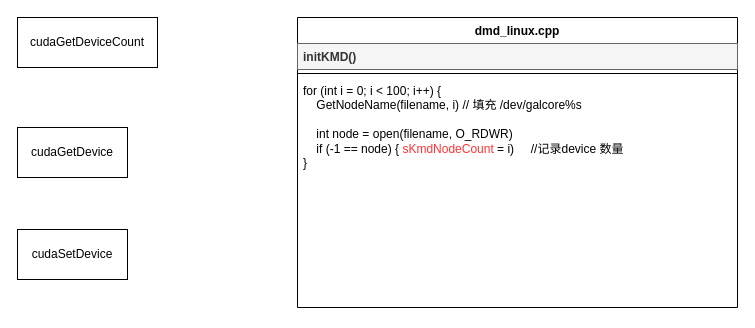
Above: device_count.drawio in evolution124/mydiagram (draw.io), before the change. Source tidied: cells renumbered, new cells numbered last; positions are measured from the earlier drawing's top-left corner, leaving out a move shared by most shapes. Both pictures are drawn from the tidied source at 100%, with x=0, y=0 at pixel (17, 17).
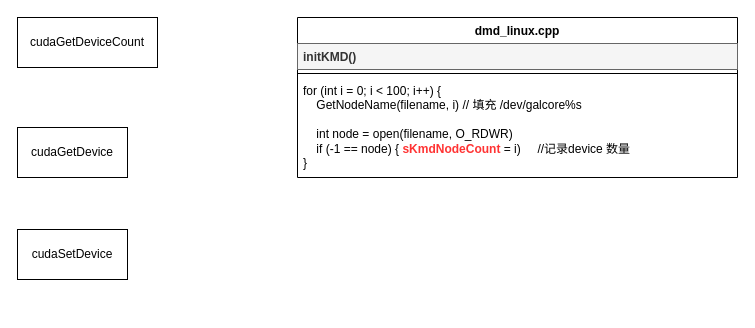
The same diagram, later.

Change to the diagram source:
```diff
@@
 <mxGraphModel>
   <root>
     <mxCell id="0" />
     <mxCell id="1" parent="0" />
     <mxCell id="2" value="dmd_linux.cpp" style="swimlane;fontStyle=1;align=center;verticalAlign=top;horizontal=1;startSize=26;whiteSpace=wrap;html=1;" parent="1" vertex="1">
-      <mxGeometry x="280" width="440" height="290" as="geometry" />
+      <mxGeometry x="280" width="440" height="160" as="geometry" />
     </mxCell>
     <mxCell id="3" value="&lt;b&gt;initKMD()&lt;/b&gt;" style="text;strokeColor=#666666;fillColor=#f5f5f5;align=left;verticalAlign=top;spacingLeft=4;spacingRight=4;overflow=hidden;whiteSpace=wrap;html=1;fontColor=#333333;" parent="2" vertex="1">
       <mxGeometry y="26" width="440" height="26" as="geometry" />
     </mxCell>
     <mxCell id="4" style="line;strokeWidth=1;fillColor=none;align=left;verticalAlign=middle;spacingTop=-1;spacingLeft=3;spacingRight=3;labelPosition=right;strokeColor=inherit;" parent="2" vertex="1">
       <mxGeometry y="52" width="440" height="8" as="geometry" />
     </mxCell>
-    <mxCell id="5" value="for (int i = 0; i &amp;lt; 100; i++) {&lt;div&gt;&amp;nbsp; &amp;nbsp; GetNodeName(filename, i) // 填充 /dev/galcore%s&lt;/div&gt;&lt;div&gt;&lt;br&gt;&lt;/div&gt;&lt;div&gt;&amp;nbsp; &amp;nbsp; int node = open(filename, O_RDWR)&lt;/div&gt;&lt;div&gt;&amp;nbsp; &amp;nbsp; if (-1 == node) { &lt;font color=&quot;#ff3333&quot;&gt;sKmdNodeCount &lt;/font&gt;= i)&amp;nbsp; &amp;nbsp; &amp;nbsp;//记录device 数量&lt;/div&gt;&lt;div&gt;}&lt;/div&gt;&lt;div&gt;&lt;br&gt;&lt;/div&gt;&lt;div&gt;&lt;br&gt;&lt;/div&gt;" style="text;strokeColor=none;fillColor=none;align=left;verticalAlign=top;spacingLeft=4;spacingRight=4;overflow=hidden;whiteSpace=wrap;html=1;" parent="2" vertex="1">
-      <mxGeometry y="60" width="440" height="230" as="geometry" />
+    <mxCell id="5" value="for (int i = 0; i &amp;lt; 100; i++) {&lt;div&gt;&amp;nbsp; &amp;nbsp; GetNodeName(filename, i) // 填充 /dev/galcore%s&lt;/div&gt;&lt;div&gt;&lt;br&gt;&lt;/div&gt;&lt;div&gt;&amp;nbsp; &amp;nbsp; int node = open(filename, O_RDWR)&lt;/div&gt;&lt;div&gt;&amp;nbsp; &amp;nbsp; if (-1 == node) { &lt;font color=&quot;#ff3333&quot;&gt;&lt;b&gt;sKmdNodeCount &lt;/b&gt;&lt;/font&gt;= i)&amp;nbsp; &amp;nbsp; &amp;nbsp;//记录device 数量&lt;/div&gt;&lt;div&gt;}&lt;/div&gt;&lt;div&gt;&lt;br&gt;&lt;/div&gt;&lt;div&gt;&lt;br&gt;&lt;/div&gt;" style="text;strokeColor=none;fillColor=none;align=left;verticalAlign=top;spacingLeft=4;spacingRight=4;overflow=hidden;whiteSpace=wrap;html=1;" parent="2" vertex="1">
+      <mxGeometry y="60" width="440" height="100" as="geometry" />
     </mxCell>
     <mxCell id="6" value="cudaGetDevice" style="html=1;whiteSpace=wrap;" parent="1" vertex="1">
       <mxGeometry y="110" width="110" height="50" as="geometry" />
     </mxCell>
     <mxCell id="7" value="cudaSetDevice" style="html=1;whiteSpace=wrap;" parent="1" vertex="1">
       <mxGeometry y="212" width="110" height="50" as="geometry" />
     </mxCell>
     <mxCell id="8" value="cudaGetDeviceCount" style="html=1;whiteSpace=wrap;" parent="1" vertex="1">
       <mxGeometry width="140" height="50" as="geometry" />
     </mxCell>
   </root>
 </mxGraphModel>
```
